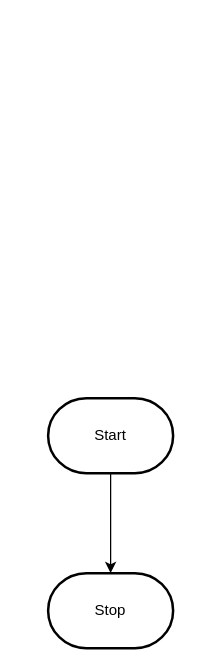
Above: design/flowchart.drawio in MTHS-ICS2O-2-2022/ICS2O-Unit-3-04-Osamah-Hasan (draw.io), before the change. Source tidied: cells renumbered, new cells numbered last; positions are measured from the earlier drawing's top-left corner, leaving out a move shared by most shapes. Both pictures are drawn from the tidied source at 125%, with x=0, y=0 at pixel (48, 398).
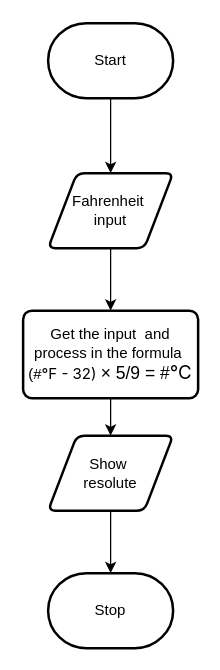
The same diagram, later.

The edit, as a diff of the source:
```diff
@@
 <mxGraphModel>
   <root>
     <mxCell id="0" />
     <mxCell id="1" parent="0" />
-    <mxCell id="2" style="edgeStyle=orthogonalEdgeStyle;html=1;rounded=0;" parent="1" edge="1" source="3" target="4">
-      <mxGeometry relative="1" as="geometry" />
-    </mxCell>
+    <mxCell id="5" style="edgeStyle=none;html=1;" parent="1" edge="1" source="3" target="7">
+      <mxGeometry relative="1" as="geometry" />
+    </mxCell>
     <mxCell id="3" value="Start" style="strokeWidth=2;html=1;shape=mxgraph.flowchart.terminator;whiteSpace=wrap;" parent="1" vertex="1">
-      <mxGeometry width="100" height="60" as="geometry" />
+      <mxGeometry y="-300" width="100" height="60" as="geometry" />
     </mxCell>
     <mxCell id="4" value="Stop" style="strokeWidth=2;html=1;shape=mxgraph.flowchart.terminator;whiteSpace=wrap;" parent="1" vertex="1">
       <mxGeometry y="140" width="100" height="60" as="geometry" />
     </mxCell>
+    <mxCell id="6" style="edgeStyle=none;html=1;fontSize=12;fontColor=#FFFFFF;" parent="1" edge="1" source="7" target="9">
+      <mxGeometry relative="1" as="geometry" />
+    </mxCell>
+    <mxCell id="7" value="Fahrenheit&amp;nbsp;&lt;br&gt;input" style="shape=parallelogram;html=1;strokeWidth=2;perimeter=parallelogramPerimeter;whiteSpace=wrap;rounded=1;arcSize=12;size=0.23;" parent="1" vertex="1">
+      <mxGeometry y="-180" width="100" height="60" as="geometry" />
+    </mxCell>
+    <mxCell id="8" style="edgeStyle=none;html=1;fontSize=12;fontColor=#FFFFFF;" parent="1" edge="1" source="9" target="11">
+      <mxGeometry relative="1" as="geometry" />
+    </mxCell>
+    <mxCell id="9" value="&lt;font color=&quot;#000000&quot;&gt;Get the input&amp;nbsp; and process in the formula&amp;nbsp;&lt;br&gt;(#&lt;span style=&quot;font-family: -apple-system, BlinkMacSystemFont, &amp;quot;Segoe UI&amp;quot;, Helvetica, Arial, sans-serif, &amp;quot;Apple Color Emoji&amp;quot;, &amp;quot;Segoe UI Emoji&amp;quot;; text-align: start;&quot;&gt;&lt;font style=&quot;font-size: 12px;&quot;&gt;°F - 32)&amp;nbsp;&lt;/font&gt;&lt;/span&gt;&lt;span style=&quot;font-family: arial, sans-serif; font-size: 14px; text-align: left;&quot;&gt;× 5/9 = #&lt;/span&gt;&lt;span style=&quot;font-family: -apple-system, BlinkMacSystemFont, &amp;quot;Segoe UI&amp;quot;, Helvetica, Arial, sans-serif, &amp;quot;Apple Color Emoji&amp;quot;, &amp;quot;Segoe UI Emoji&amp;quot;; font-size: 15px; text-align: start;&quot;&gt;°C&lt;/span&gt;&lt;/font&gt;" style="rounded=1;whiteSpace=wrap;html=1;absoluteArcSize=1;arcSize=14;strokeWidth=2;" parent="1" vertex="1">
+      <mxGeometry x="-20" y="-70" width="140" height="70" as="geometry" />
+    </mxCell>
+    <mxCell id="10" style="edgeStyle=none;html=1;entryX=0.5;entryY=0;entryDx=0;entryDy=0;entryPerimeter=0;fontSize=12;fontColor=#FFFFFF;" parent="1" edge="1" source="11" target="4">
+      <mxGeometry relative="1" as="geometry" />
+    </mxCell>
+    <mxCell id="11" value="&lt;font color=&quot;#000000&quot;&gt;Show&amp;nbsp;&lt;br&gt;resolute&lt;/font&gt;" style="shape=parallelogram;html=1;strokeWidth=2;perimeter=parallelogramPerimeter;whiteSpace=wrap;rounded=1;arcSize=12;size=0.23;labelBackgroundColor=none;fontSize=12;fontColor=#FFFFFF;" parent="1" vertex="1">
+      <mxGeometry y="30" width="100" height="60" as="geometry" />
+    </mxCell>
   </root>
 </mxGraphModel>
```
